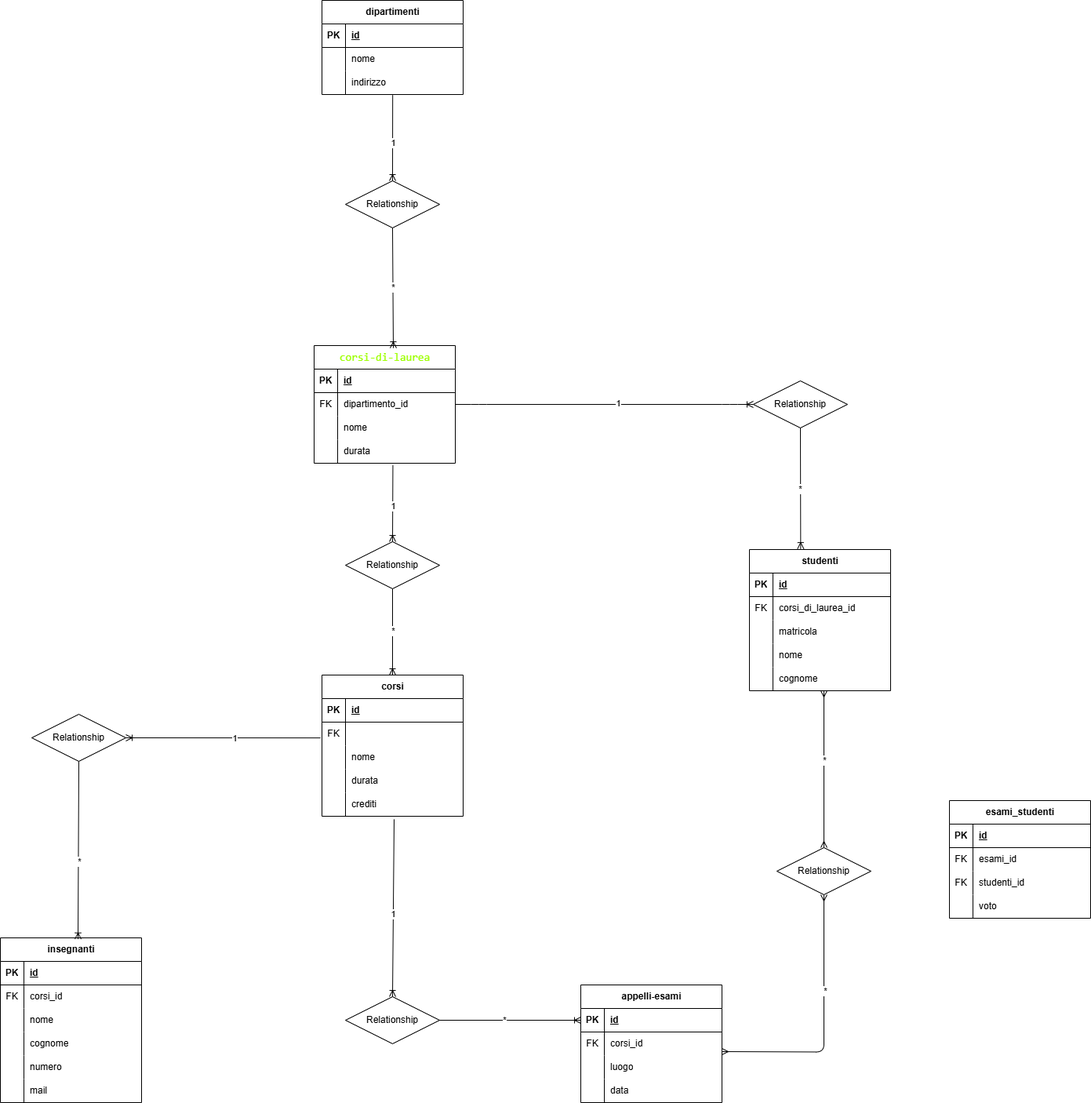
Before: university_scheme copy.drawio.png, a diagram exported from draw.io (simone-scotto/db-university). Source tidied: cells renumbered, new cells last; positions are measured from the earlier drawing's top-left corner, leaving out a move shared by most shapes.
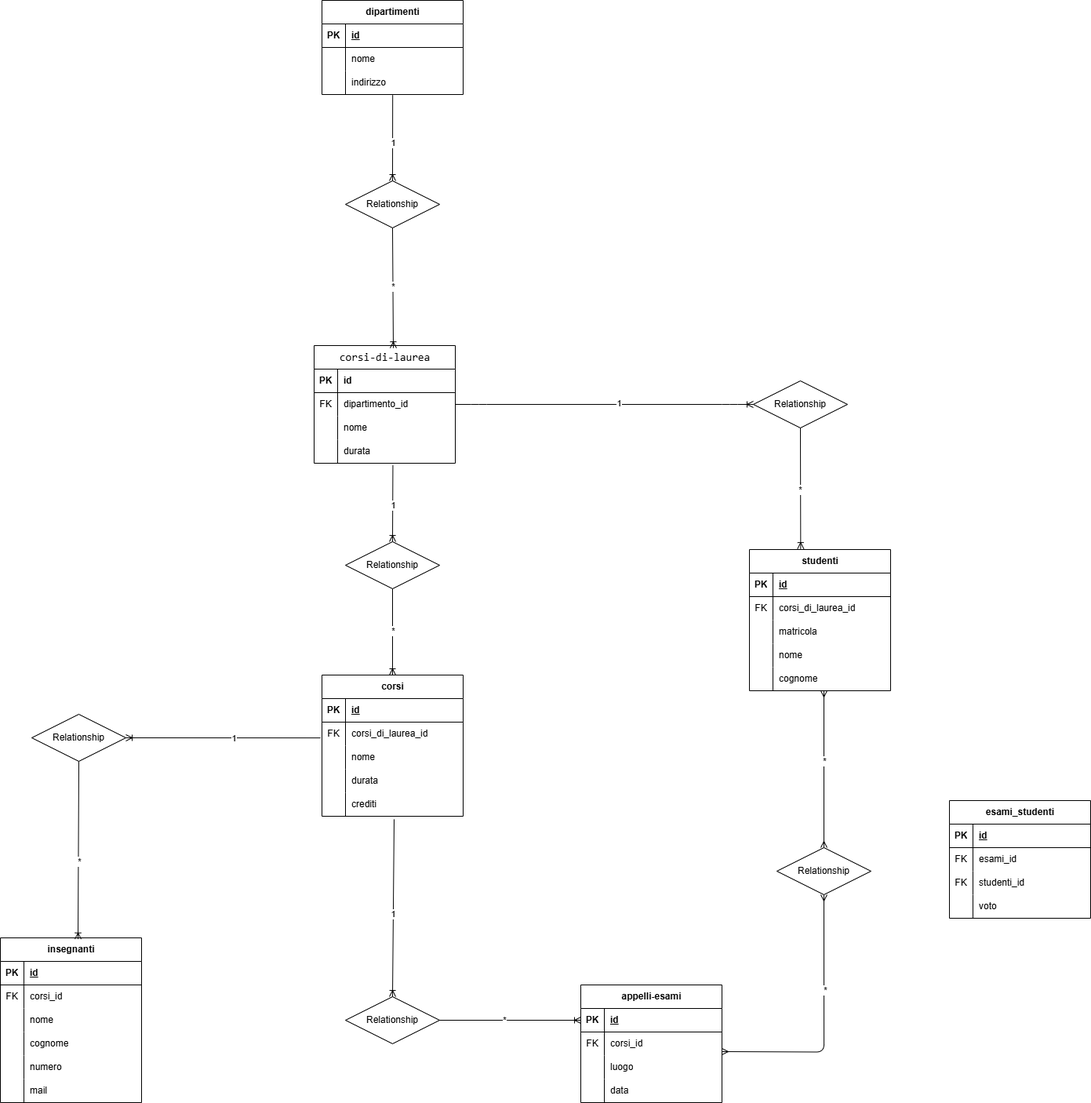
The same diagram one commit later.

Commit message:
light mode

Diff of the diagram source:
```diff
@@ -32,7 +32,7 @@
     <mxCell id="11" value="indirizzo" style="shape=partialRectangle;fillColor=none;top=0;left=0;bottom=0;right=0;align=left;spacingLeft=6;overflow=hidden;whiteSpace=wrap;html=1;" parent="9" vertex="1">
       <mxGeometry x="30" width="150" height="30" as="geometry" />
     </mxCell>
-    <mxCell id="12" value="&lt;div style=&quot;font-family: Consolas, &amp;quot;Courier New&amp;quot;, monospace; font-weight: normal; font-size: 14px; line-height: 19px; white-space-collapse: preserve;&quot;&gt;&lt;span&gt;&lt;font style=&quot;color: light-dark(rgb(157, 255, 0), rgb(255, 255, 255));&quot;&gt;corsi-di-laurea&lt;/font&gt;&lt;/span&gt;&lt;/div&gt;" style="shape=table;startSize=30;rowLines=0;fontStyle=1;align=center;html=1;" parent="1" vertex="1">
+    <mxCell id="12" value="&lt;div style=&quot;font-family: Consolas, &amp;quot;Courier New&amp;quot;, monospace; font-weight: normal; font-size: 14px; line-height: 19px; white-space-collapse: preserve;&quot;&gt;&lt;span&gt;&lt;font style=&quot;color: light-dark(rgb(0, 0, 0), rgb(255, 255, 255));&quot;&gt;corsi-di-laurea&lt;/font&gt;&lt;/span&gt;&lt;/div&gt;" style="shape=table;startSize=30;rowLines=0;fontStyle=1;align=center;html=1;" parent="1" vertex="1">
       <mxGeometry x="400" y="440" width="180" height="150" as="geometry" />
     </mxCell>
     <mxCell id="13" style="shape=tableRow;horizontal=0;startSize=0;swimlaneHead=0;swimlaneBody=0;fillColor=none;top=0;left=0;right=0;bottom=1;" parent="12" vertex="1">
@@ -41,7 +41,7 @@
     <mxCell id="14" value="PK" style="shape=partialRectangle;fillColor=none;top=0;left=0;bottom=0;right=0;fontStyle=1;overflow=hidden;whiteSpace=wrap;html=1;" parent="13" vertex="1">
       <mxGeometry width="30" height="30" as="geometry" />
     </mxCell>
-    <mxCell id="15" value="id" style="shape=partialRectangle;fillColor=none;top=0;left=0;bottom=0;right=0;align=left;spacingLeft=6;fontStyle=5;overflow=hidden;whiteSpace=wrap;html=1;" parent="13" vertex="1">
+    <mxCell id="15" value="&lt;font style=&quot;color: light-dark(rgb(0, 0, 0), rgb(255, 255, 255));&quot;&gt;id&lt;/font&gt;" style="shape=partialRectangle;top=0;left=0;bottom=0;right=0;align=left;spacingLeft=6;fontStyle=5;overflow=hidden;whiteSpace=wrap;html=1;fillColor=none;fontColor=#ffffff;strokeColor=#001DBC;" parent="13" vertex="1">
       <mxGeometry x="30" width="150" height="30" as="geometry" />
     </mxCell>
     <mxCell id="16" style="shape=tableRow;horizontal=0;startSize=0;swimlaneHead=0;swimlaneBody=0;fillColor=none;points=[[0,0.5],[1,0.5]];portConstraint=eastwest;top=0;left=0;right=0;bottom=0;" parent="12" vertex="1">
@@ -137,7 +137,7 @@
     <mxCell id="46" value="FK" style="shape=partialRectangle;fillColor=none;top=0;left=0;bottom=0;right=0;overflow=hidden;whiteSpace=wrap;html=1;" parent="45" vertex="1">
       <mxGeometry width="30" height="30" as="geometry" />
     </mxCell>
-    <mxCell id="47" value="&lt;span&gt;&lt;font style=&quot;color: light-dark(rgb(255, 255, 255), rgb(255, 255, 255));&quot;&gt;corsi_di_laurea_id&lt;/font&gt;&lt;/span&gt;" style="shape=partialRectangle;fillColor=none;top=0;left=0;bottom=0;right=0;align=left;spacingLeft=6;overflow=hidden;whiteSpace=wrap;html=1;" parent="45" vertex="1">
+    <mxCell id="47" value="&lt;span&gt;&lt;font style=&quot;color: light-dark(rgb(0, 0, 0), rgb(255, 255, 255));&quot;&gt;corsi_di_laurea_id&lt;/font&gt;&lt;/span&gt;" style="shape=partialRectangle;fillColor=none;top=0;left=0;bottom=0;right=0;align=left;spacingLeft=6;overflow=hidden;whiteSpace=wrap;html=1;" parent="45" vertex="1">
       <mxGeometry x="30" width="150" height="30" as="geometry" />
     </mxCell>
     <mxCell id="48" style="shape=tableRow;horizontal=0;startSize=0;swimlaneHead=0;swimlaneBody=0;fillColor=none;top=0;left=0;right=0;bottom=0;" parent="41" vertex="1">
```
